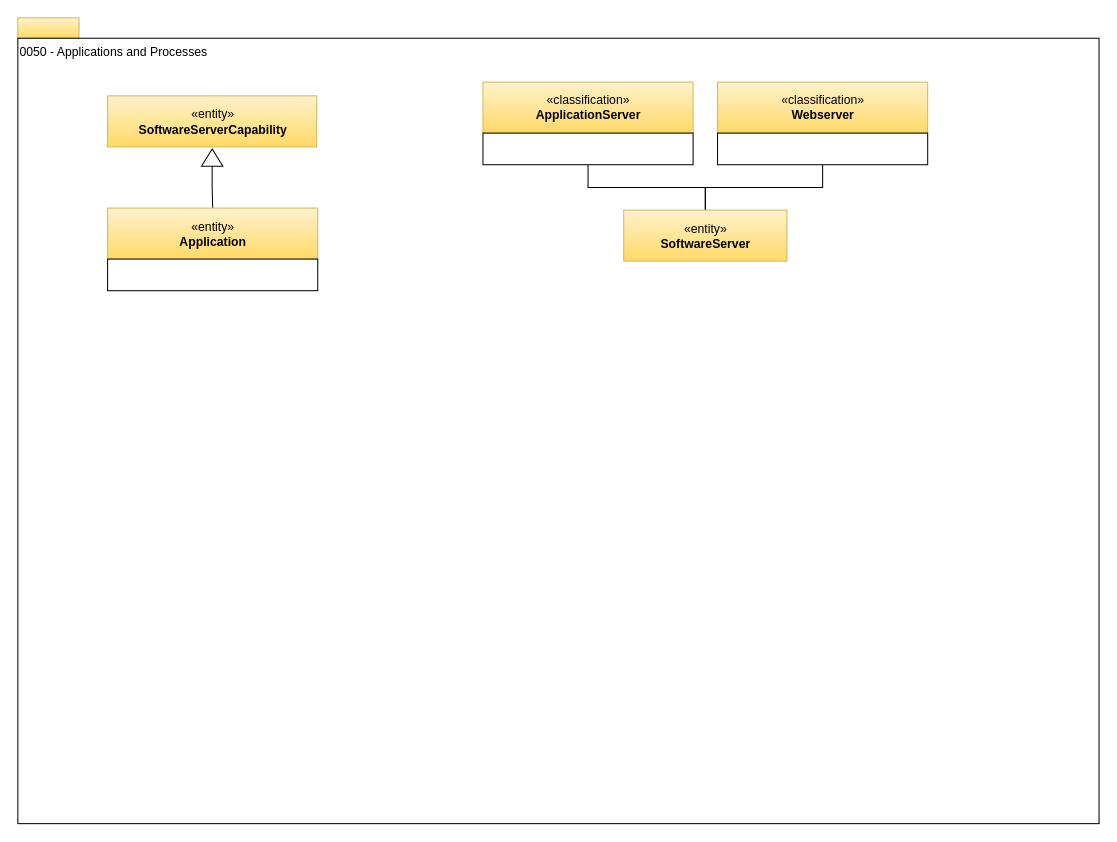
Before: page "0050-Applications-and-Processes" (16 of 21) of open-metadata-publication/website/open-metadata-types/area-0-basic-types-and-infrastructure.drawio in odpi/egeria, a draw.io diagram. Source tidied: cells renumbered, new cells numbered last; positions are measured from the earlier drawing's top-left corner, leaving out a move shared by most shapes. Both pictures are drawn from the tidied source at 102%, with x=0, y=0 at pixel (17, 17).
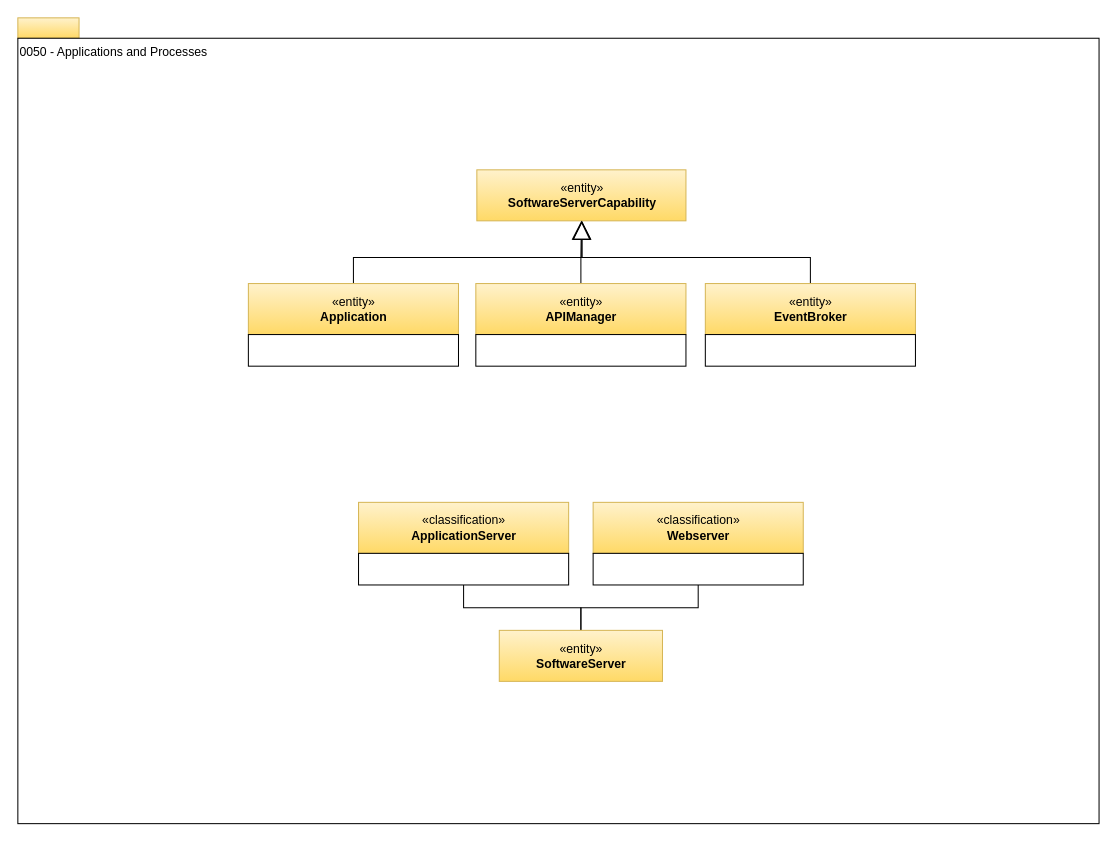
After the change.

What changed in the source:
```diff
@@
-    <mxCell id="4" style="edgeStyle=orthogonalEdgeStyle;rounded=0;html=1;endArrow=none;endFill=0;jettySize=auto;exitX=0;exitY=0.5;" parent="1" edge="1" source="7" target="5">
-      <mxGeometry relative="1" as="geometry" />
-    </mxCell>
+    <mxCell id="16" style="edgeStyle=orthogonalEdgeStyle;rounded=0;jettySize=auto;html=1;endArrow=block;endFill=0;endSize=16;" parent="1" edge="1" source="5" target="8">
+      <mxGeometry relative="1" as="geometry">
+        <Array as="points">
+          <mxPoint x="329" y="235" />
+          <mxPoint x="553" y="235" />
+        </Array>
+      </mxGeometry>
+    </mxCell>
     <mxCell id="5" value="«entity»&lt;br&gt;&lt;b&gt;Application&lt;/b&gt;" style="html=1;strokeColor=#d6b656;align=center;fillColor=#fff2cc;gradientColor=#ffd966;" parent="1" vertex="1">
-      <mxGeometry x="88" y="186.5" width="206" height="50" as="geometry" />
+      <mxGeometry x="226" y="260.5" width="206" height="50" as="geometry" />
     </mxCell>
     <mxCell id="6" style="rounded=0;whiteSpace=wrap;html=1;strokeColor=#000000;gradientColor=#ffffff;align=center;" parent="1" vertex="1">
-      <mxGeometry x="88" y="236.5" width="206" height="31" as="geometry" />
+      <mxGeometry x="226" y="310.5" width="206" height="31" as="geometry" />
     </mxCell>
-    <mxCell id="7" style="triangle;whiteSpace=wrap;html=1;strokeColor=#000000;gradientColor=#ffffff;align=center;rotation=-90;" parent="1" vertex="1">
-      <mxGeometry x="182" y="126.5" width="17" height="21" as="geometry" />
-    </mxCell>
     <mxCell id="8" value="«entity»&lt;br&gt;&lt;b&gt;SoftwareServerCapability&lt;/b&gt;" style="html=1;strokeColor=#d6b656;align=center;fillColor=#fff2cc;gradientColor=#ffd966;" parent="1" vertex="1">
-      <mxGeometry x="88" y="76.5" width="205" height="50" as="geometry" />
+      <mxGeometry x="450" y="149" width="205" height="50" as="geometry" />
     </mxCell>
     <mxCell id="9" value="«classification»&lt;br&gt;&lt;b&gt;Webserver&lt;/b&gt;" style="html=1;strokeColor=#d6b656;align=center;fillColor=#fff2cc;gradientColor=#ffd966;" parent="1" vertex="1">
-      <mxGeometry x="686" y="63" width="206" height="50" as="geometry" />
+      <mxGeometry x="564" y="475" width="206" height="50" as="geometry" />
     </mxCell>
@@
     <mxCell id="11" style="rounded=0;whiteSpace=wrap;html=1;strokeColor=#000000;gradientColor=#ffffff;align=center;" parent="1" vertex="1">
-      <mxGeometry x="686" y="113" width="206" height="31" as="geometry" />
+      <mxGeometry x="564" y="525" width="206" height="31" as="geometry" />
     </mxCell>
     <mxCell id="12" value="«classification»&lt;br&gt;&lt;b&gt;ApplicationServer&lt;/b&gt;" style="html=1;strokeColor=#d6b656;align=center;fillColor=#fff2cc;gradientColor=#ffd966;" parent="1" vertex="1">
-      <mxGeometry x="456" y="63" width="206" height="50" as="geometry" />
+      <mxGeometry x="334" y="475" width="206" height="50" as="geometry" />
     </mxCell>
@@
     <mxCell id="14" style="rounded=0;whiteSpace=wrap;html=1;strokeColor=#000000;gradientColor=#ffffff;align=center;" parent="1" vertex="1">
-      <mxGeometry x="456" y="113" width="206" height="31" as="geometry" />
+      <mxGeometry x="334" y="525" width="206" height="31" as="geometry" />
     </mxCell>
     <mxCell id="15" value="«entity»&lt;br&gt;&lt;b&gt;SoftwareServer&lt;/b&gt;" style="html=1;strokeColor=#d6b656;align=center;fillColor=#fff2cc;gradientColor=#ffd966;" parent="1" vertex="1">
-      <mxGeometry x="594" y="188.5" width="160" height="50" as="geometry" />
+      <mxGeometry x="472" y="600.5" width="160" height="50" as="geometry" />
     </mxCell>
+    <mxCell id="17" style="edgeStyle=orthogonalEdgeStyle;rounded=0;jettySize=auto;html=1;endArrow=block;endFill=0;endSize=16;" parent="1" edge="1" source="18" target="8">
+      <mxGeometry relative="1" as="geometry" />
+    </mxCell>
+    <mxCell id="18" value="«entity»&lt;br&gt;&lt;b&gt;APIManager&lt;/b&gt;" style="html=1;strokeColor=#d6b656;align=center;fillColor=#fff2cc;gradientColor=#ffd966;" parent="1" vertex="1">
+      <mxGeometry x="449" y="260.5" width="206" height="50" as="geometry" />
+    </mxCell>
+    <mxCell id="19" style="rounded=0;whiteSpace=wrap;html=1;strokeColor=#000000;gradientColor=#ffffff;align=center;" parent="1" vertex="1">
+      <mxGeometry x="449" y="310.5" width="206" height="31" as="geometry" />
+    </mxCell>
+    <mxCell id="20" style="edgeStyle=orthogonalEdgeStyle;rounded=0;jettySize=auto;html=1;endArrow=block;endFill=0;endSize=16;" parent="1" edge="1" source="21" target="8">
+      <mxGeometry relative="1" as="geometry">
+        <Array as="points">
+          <mxPoint x="777" y="235" />
+          <mxPoint x="553" y="235" />
+        </Array>
+      </mxGeometry>
+    </mxCell>
+    <mxCell id="21" value="«entity»&lt;br&gt;&lt;b&gt;EventBroker&lt;/b&gt;" style="html=1;strokeColor=#d6b656;align=center;fillColor=#fff2cc;gradientColor=#ffd966;" parent="1" vertex="1">
+      <mxGeometry x="674" y="260.5" width="206" height="50" as="geometry" />
+    </mxCell>
+    <mxCell id="22" style="rounded=0;whiteSpace=wrap;html=1;strokeColor=#000000;gradientColor=#ffffff;align=center;" parent="1" vertex="1">
+      <mxGeometry x="674" y="310.5" width="206" height="31" as="geometry" />
+    </mxCell>
```
